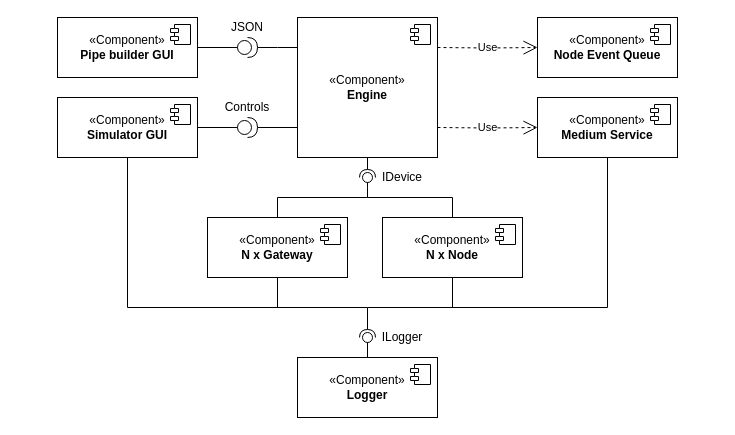
This is Figures/technicalAnalysis/simulator/simulatorComponents.drawio from Mikkelnn/ES8-Project, a draw.io file, before an edit. Source tidied: cells renumbered, new cells numbered last; positions are measured from the earlier drawing's top-left corner, leaving out a move shared by most shapes. Both pictures are drawn from the tidied source at 100%, with x=0, y=0 at pixel (57, 17).
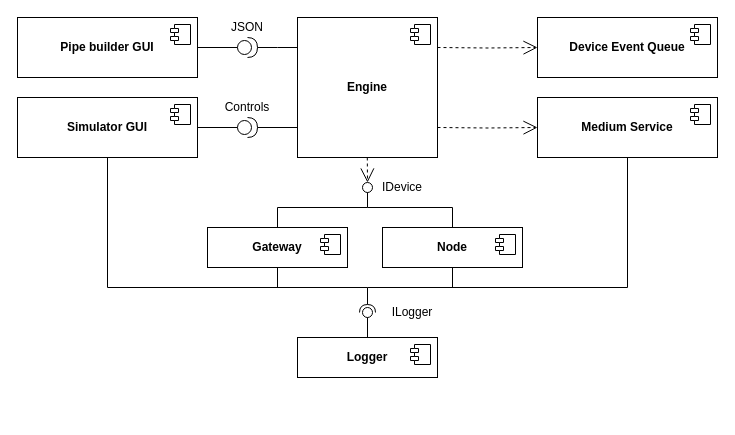
Above is the later version.

Change to the diagram source:
```diff
@@
-    <mxCell id="2" value="«Component»&lt;br&gt;&lt;b&gt;Pipe builder GUI&lt;/b&gt;" style="html=1;whiteSpace=wrap;" parent="1" vertex="1">
-      <mxGeometry width="140" height="60" as="geometry" />
+    <mxCell id="2" value="&lt;b&gt;Pipe builder GUI&lt;/b&gt;" style="html=1;whiteSpace=wrap;" parent="1" vertex="1">
+      <mxGeometry x="-40" width="180" height="60" as="geometry" />
     </mxCell>
@@
-    <mxCell id="4" value="«Component»&lt;br&gt;&lt;b&gt;Simulator GUI&lt;/b&gt;" style="html=1;whiteSpace=wrap;" parent="1" vertex="1">
-      <mxGeometry y="80" width="140" height="60" as="geometry" />
+    <mxCell id="4" value="&lt;b&gt;Simulator GUI&lt;/b&gt;" style="html=1;whiteSpace=wrap;" parent="1" vertex="1">
+      <mxGeometry x="-40" y="80" width="180" height="60" as="geometry" />
     </mxCell>
@@
-    <mxCell id="6" value="«Component»&lt;br&gt;&lt;b&gt;N x Gateway&lt;/b&gt;" style="html=1;whiteSpace=wrap;" parent="1" vertex="1">
-      <mxGeometry x="150" y="200" width="140" height="60" as="geometry" />
+    <mxCell id="6" value="&lt;b&gt;Gateway&lt;/b&gt;" style="html=1;whiteSpace=wrap;" parent="1" vertex="1">
+      <mxGeometry x="150" y="210" width="140" height="40" as="geometry" />
     </mxCell>
@@
-    <mxCell id="8" value="«Component»&lt;br&gt;&lt;b&gt;Engine&lt;/b&gt;" style="html=1;whiteSpace=wrap;" parent="1" vertex="1">
+    <mxCell id="8" value="&lt;b&gt;Engine&lt;/b&gt;" style="html=1;whiteSpace=wrap;" parent="1" vertex="1">
       <mxGeometry x="240" width="140" height="140" as="geometry" />
     </mxCell>
@@
-    <mxCell id="10" value="«Component»&lt;br&gt;&lt;b&gt;Node Event Queue&lt;/b&gt;" style="html=1;whiteSpace=wrap;" parent="1" vertex="1">
-      <mxGeometry x="480" width="140" height="60" as="geometry" />
+    <mxCell id="10" value="&lt;b&gt;Device Event Queue&lt;/b&gt;" style="html=1;whiteSpace=wrap;" parent="1" vertex="1">
+      <mxGeometry x="480" width="180" height="60" as="geometry" />
     </mxCell>
@@
-    <mxCell id="12" value="«Component»&lt;br&gt;&lt;b&gt;Medium Service&lt;/b&gt;" style="html=1;whiteSpace=wrap;" parent="1" vertex="1">
-      <mxGeometry x="480" y="80" width="140" height="60" as="geometry" />
+    <mxCell id="12" value="&lt;b&gt;Medium Service&lt;/b&gt;" style="html=1;whiteSpace=wrap;" parent="1" vertex="1">
+      <mxGeometry x="480" y="80" width="180" height="60" as="geometry" />
     </mxCell>
@@
-    <mxCell id="14" value="«Component»&lt;br&gt;&lt;b&gt;N x Node&lt;/b&gt;" style="html=1;whiteSpace=wrap;" parent="1" vertex="1">
-      <mxGeometry x="325" y="200" width="140" height="60" as="geometry" />
+    <mxCell id="14" value="&lt;b&gt;Node&lt;/b&gt;" style="html=1;whiteSpace=wrap;" parent="1" vertex="1">
+      <mxGeometry x="325" y="210" width="140" height="40" as="geometry" />
     </mxCell>
@@
-    <mxCell id="17" value="«Component»&lt;br&gt;&lt;b&gt;Logger&lt;/b&gt;" style="html=1;whiteSpace=wrap;" parent="1" vertex="1">
-      <mxGeometry x="240" y="340" width="140" height="60" as="geometry" />
+    <mxCell id="17" value="&lt;b&gt;Logger&lt;/b&gt;" style="html=1;whiteSpace=wrap;" parent="1" vertex="1">
+      <mxGeometry x="240" y="320" width="140" height="40" as="geometry" />
     </mxCell>
@@
-    <mxCell id="24" value="Use" style="endArrow=open;endSize=12;dashed=1;html=1;rounded=0;entryX=0;entryY=0.5;entryDx=0;entryDy=0;edgeStyle=orthogonalEdgeStyle;" parent="1" edge="1" target="10">
+    <mxCell id="24" style="endArrow=open;endSize=12;dashed=1;html=1;rounded=0;entryX=0;entryY=0.5;entryDx=0;entryDy=0;edgeStyle=orthogonalEdgeStyle;" parent="1" edge="1" target="10">
       <mxGeometry relative="1" as="geometry">
         <mxPoint x="380" y="30" as="sourcePoint" />
       </mxGeometry>
     </mxCell>
-    <mxCell id="25" value="Use" style="endArrow=open;endSize=12;dashed=1;html=1;rounded=0;entryX=0;entryY=0.5;entryDx=0;entryDy=0;edgeStyle=orthogonalEdgeStyle;" parent="1" edge="1" target="12">
+    <mxCell id="25" style="endArrow=open;endSize=12;dashed=1;html=1;rounded=0;entryX=0;entryY=0.5;entryDx=0;entryDy=0;edgeStyle=orthogonalEdgeStyle;" parent="1" edge="1" target="12">
       <mxGeometry relative="1" as="geometry">
         <mxPoint x="380" y="110" as="sourcePoint" />
       </mxGeometry>
     </mxCell>
-    <mxCell id="26" style="rounded=0;jettySize=auto;html=1;endArrow=halfCircle;endFill=0;endSize=6;strokeWidth=1;sketch=0;edgeStyle=orthogonalEdgeStyle;exitX=0.5;exitY=1;exitDx=0;exitDy=0;entryX=0.23;entryY=0.771;entryDx=0;entryDy=0;entryPerimeter=0;" parent="1" edge="1" source="4" target="28">
-      <mxGeometry relative="1" as="geometry">
-        <Array as="points">
-          <mxPoint x="70" y="290" />
-          <mxPoint x="310" y="290" />
-        </Array>
-      </mxGeometry>
-    </mxCell>
     <mxCell id="27" style="rounded=0;jettySize=auto;html=1;endArrow=oval;endFill=0;sketch=0;sourcePerimeterSpacing=0;targetPerimeterSpacing=0;endSize=10;" parent="1" edge="1" target="28">
       <mxGeometry relative="1" as="geometry">
-        <mxPoint x="310" y="340" as="sourcePoint" />
+        <mxPoint x="310" y="320" as="sourcePoint" />
       </mxGeometry>
     </mxCell>
-    <mxCell id="28" style="ellipse;whiteSpace=wrap;html=1;align=center;fillColor=none;strokeColor=none;perimeter=centerPerimeter;points=[];outlineConnect=1;rotation=-180;" parent="1" vertex="1">
-      <mxGeometry x="305" y="315" width="10" height="10" as="geometry" />
-    </mxCell>
@@
     <mxCell id="30" value="ILogger" style="text;html=1;whiteSpace=wrap;strokeColor=none;fillColor=none;align=center;verticalAlign=middle;rounded=0;" parent="1" vertex="1">
-      <mxGeometry x="315" y="310" width="60" height="20" as="geometry" />
+      <mxGeometry x="325" y="285" width="60" height="20" as="geometry" />
     </mxCell>
@@
-    <mxCell id="32" style="rounded=0;jettySize=auto;html=1;endArrow=halfCircle;endFill=0;endSize=6;strokeWidth=1;sketch=0;exitX=0.5;exitY=1;exitDx=0;exitDy=0;" parent="1" edge="1" source="8">
-      <mxGeometry relative="1" as="geometry">
-        <mxPoint x="310" y="160" as="targetPoint" />
-      </mxGeometry>
-    </mxCell>
     <mxCell id="33" style="rounded=0;orthogonalLoop=1;jettySize=auto;html=1;endArrow=oval;endFill=0;sketch=0;sourcePerimeterSpacing=0;targetPerimeterSpacing=0;endSize=10;" parent="1" edge="1">
       <mxGeometry relative="1" as="geometry">
-        <mxPoint x="310" y="170" as="sourcePoint" />
-        <mxPoint x="310" y="160" as="targetPoint" />
+        <mxPoint x="310" y="190" as="sourcePoint" />
+        <mxPoint x="310" y="170" as="targetPoint" />
       </mxGeometry>
     </mxCell>
@@
     <mxCell id="35" style="endArrow=none;html=1;rounded=0;exitX=0.5;exitY=0;exitDx=0;exitDy=0;edgeStyle=orthogonalEdgeStyle;" parent="1" edge="1" source="6">
       <mxGeometry relative="1" as="geometry">
-        <mxPoint x="310" y="170" as="targetPoint" />
+        <mxPoint x="310" y="190" as="targetPoint" />
         <Array as="points">
-          <mxPoint x="220" y="180" />
-          <mxPoint x="310" y="180" />
+          <mxPoint x="220" y="190" />
+          <mxPoint x="310" y="190" />
         </Array>
       </mxGeometry>
     </mxCell>
     <mxCell id="36" style="endArrow=none;html=1;rounded=0;entryX=0.5;entryY=0;entryDx=0;entryDy=0;edgeStyle=orthogonalEdgeStyle;" parent="1" edge="1" target="14">
       <mxGeometry relative="1" as="geometry">
-        <mxPoint x="310" y="170" as="sourcePoint" />
+        <mxPoint x="310" y="190" as="sourcePoint" />
         <Array as="points">
-          <mxPoint x="310" y="180" />
-          <mxPoint x="395" y="180" />
+          <mxPoint x="310" y="190" />
+          <mxPoint x="395" y="190" />
         </Array>
       </mxGeometry>
     </mxCell>
     <mxCell id="37" value="IDevice" style="text;html=1;whiteSpace=wrap;strokeColor=none;fillColor=none;align=center;verticalAlign=middle;rounded=0;" parent="1" vertex="1">
-      <mxGeometry x="315" y="140" width="60" height="40" as="geometry" />
+      <mxGeometry x="315" y="150" width="60" height="40" as="geometry" />
     </mxCell>
     <mxCell id="38" style="endArrow=none;html=1;rounded=0;entryX=0.5;entryY=1;entryDx=0;entryDy=0;" parent="1" edge="1" target="6">
       <mxGeometry relative="1" as="geometry">
-        <mxPoint x="220" y="290" as="sourcePoint" />
+        <mxPoint x="220" y="270" as="sourcePoint" />
       </mxGeometry>
     </mxCell>
     <mxCell id="39" style="endArrow=none;html=1;rounded=0;exitX=0.5;exitY=1;exitDx=0;exitDy=0;edgeStyle=orthogonalEdgeStyle;" parent="1" edge="1" source="12">
       <mxGeometry relative="1" as="geometry">
-        <mxPoint x="310" y="290" as="targetPoint" />
+        <mxPoint x="310" y="270" as="targetPoint" />
         <Array as="points">
-          <mxPoint x="550" y="290" />
+          <mxPoint x="570" y="270" />
         </Array>
       </mxGeometry>
     </mxCell>
     <mxCell id="40" style="endArrow=none;html=1;rounded=0;entryX=0.5;entryY=1;entryDx=0;entryDy=0;" parent="1" edge="1" target="14">
       <mxGeometry relative="1" as="geometry">
-        <mxPoint x="395" y="290" as="sourcePoint" />
+        <mxPoint x="395" y="270" as="sourcePoint" />
       </mxGeometry>
     </mxCell>
+    <mxCell id="26" style="rounded=0;jettySize=auto;html=1;endArrow=halfCircle;endFill=0;endSize=6;strokeWidth=1;sketch=0;edgeStyle=orthogonalEdgeStyle;exitX=0.5;exitY=1;exitDx=0;exitDy=0;" parent="1" edge="1" source="4" target="28">
+      <mxGeometry relative="1" as="geometry">
+        <Array as="points">
+          <mxPoint x="50" y="270" />
+          <mxPoint x="310" y="270" />
+        </Array>
+      </mxGeometry>
+    </mxCell>
+    <mxCell id="28" style="ellipse;whiteSpace=wrap;html=1;align=center;fillColor=none;strokeColor=none;perimeter=centerPerimeter;points=[];outlineConnect=1;rotation=-180;" parent="1" vertex="1">
+      <mxGeometry x="305" y="290" width="10" height="10" as="geometry" />
+    </mxCell>
+    <mxCell id="41" style="endArrow=open;endSize=12;dashed=1;html=1;rounded=0;exitX=0.5;exitY=1;exitDx=0;exitDy=0;" parent="1" edge="1">
+      <mxGeometry relative="1" as="geometry">
+        <mxPoint x="309.8" y="140" as="sourcePoint" />
+        <mxPoint x="310" y="165" as="targetPoint" />
+      </mxGeometry>
+    </mxCell>
```
